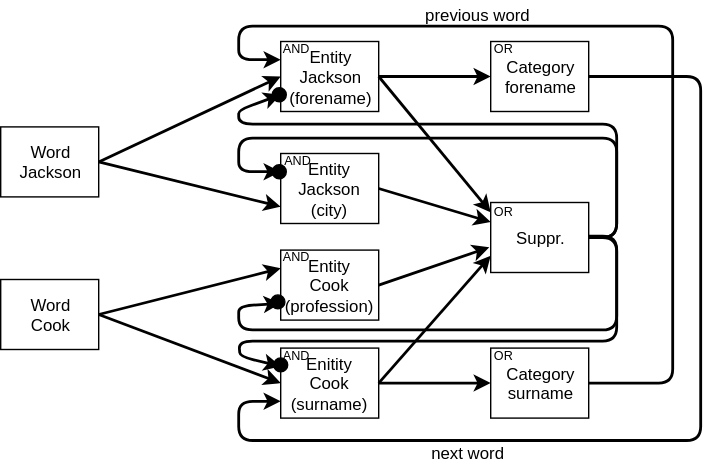
Before: src/site/images/example-diagram.svg, a diagram exported from draw.io (wu0o0yu/aika). Source tidied: cells renumbered, new cells last; positions are measured from the earlier drawing's top-left corner, leaving out a move shared by most shapes.
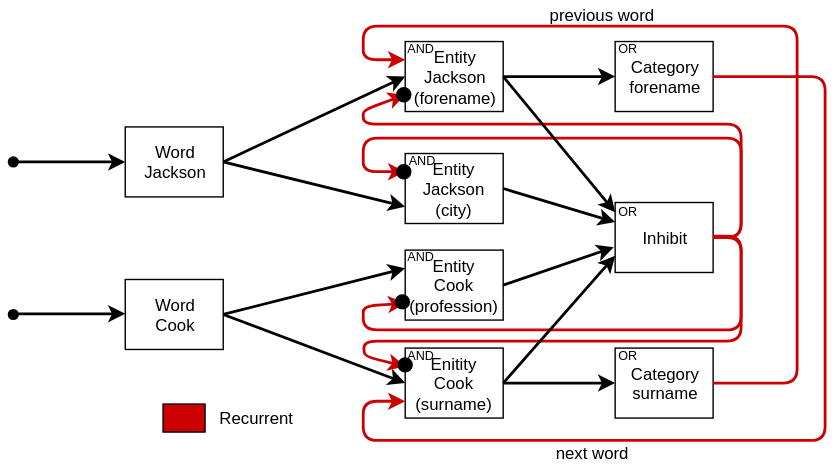
Above is the later version.

The edit, as a diff of the source:
```diff
@@ -8,42 +8,42 @@
     <mxCell id="3" value="Entity&lt;div&gt;Jackson (city)&lt;/div&gt;" style="whiteSpace=wrap;html=1;" parent="1" vertex="1">
       <mxGeometry x="200" y="109" width="70" height="50" as="geometry" />
     </mxCell>
-    <mxCell id="4" value="Suppr." style="whiteSpace=wrap;html=1;" parent="1" vertex="1">
-      <mxGeometry x="350" y="144" width="70" height="50" as="geometry" />
-    </mxCell>
+    <mxCell id="40" value="Inhibit" style="whiteSpace=wrap;html=1;" parent="1" vertex="1">
+      <mxGeometry x="350" y="144" width="70" height="50" as="geometry" />
+    </mxCell>
     <mxCell id="5" style="endArrow=classic;html=1;strokeWidth=2;entryX=0;entryY=0.5;exitX=1;exitY=0.5;" parent="1" edge="1" source="12" target="2">
       <mxGeometry x="200" y="204" as="geometry" />
     </mxCell>
-    <mxCell id="6" style="endArrow=classic;html=1;strokeWidth=2;entryX=0;entryY=0.75;exitX=1;exitY=0.5;" parent="1" edge="1" source="4" target="2">
-      <mxGeometry x="240" y="165" as="geometry">
-        <Array as="points">
-          <mxPoint x="440" y="169" />
-          <mxPoint x="440" y="88" />
-          <mxPoint x="170" y="88" />
-          <mxPoint x="170" y="78" />
-        </Array>
-      </mxGeometry>
-    </mxCell>
-    <mxCell id="7" style="endArrow=classic;html=1;strokeWidth=2;entryX=0;entryY=0.25;exitX=1;exitY=0.5;" parent="1" edge="1" source="4" target="3">
-      <mxGeometry x="250" y="175" as="geometry">
-        <Array as="points">
-          <mxPoint x="440" y="169" />
-          <mxPoint x="440" y="98" />
-          <mxPoint x="170" y="98" />
-          <mxPoint x="170" y="122" />
-        </Array>
-      </mxGeometry>
-    </mxCell>
-    <mxCell id="8" style="endArrow=classic;html=1;strokeWidth=2;exitX=1;exitY=0.5;" parent="1" edge="1" source="2">
-      <mxGeometry x="270" y="195" as="geometry">
-        <mxPoint x="350" y="151" as="targetPoint" />
-      </mxGeometry>
-    </mxCell>
-    <mxCell id="9" style="endArrow=classic;html=1;strokeWidth=2;exitX=1;exitY=0.5;" parent="1" edge="1" source="3">
-      <mxGeometry x="400" y="286" as="geometry">
-        <mxPoint x="350" y="158" as="targetPoint" />
-      </mxGeometry>
-    </mxCell>
+    <mxCell id="41" style="endArrow=classic;html=1;strokeWidth=2;entryX=0;entryY=0.75;exitX=1;exitY=0.5;strokeColor=#CC0000;" parent="1" edge="1" source="40" target="2">
+      <mxGeometry x="240" y="165" as="geometry">
+        <Array as="points">
+          <mxPoint x="440" y="169" />
+          <mxPoint x="440" y="88" />
+          <mxPoint x="170" y="88" />
+          <mxPoint x="170" y="78" />
+        </Array>
+      </mxGeometry>
+    </mxCell>
+    <mxCell id="42" style="endArrow=classic;html=1;strokeWidth=2;entryX=0;entryY=0.25;exitX=1;exitY=0.5;strokeColor=#CC0000;" parent="1" edge="1" source="40" target="3">
+      <mxGeometry x="250" y="175" as="geometry">
+        <Array as="points">
+          <mxPoint x="440" y="169" />
+          <mxPoint x="440" y="98" />
+          <mxPoint x="170" y="98" />
+          <mxPoint x="170" y="122" />
+        </Array>
+      </mxGeometry>
+    </mxCell>
+    <mxCell id="43" style="endArrow=classic;html=1;strokeWidth=2;exitX=1;exitY=0.5;" parent="1" edge="1" source="2">
+      <mxGeometry x="270" y="195" as="geometry">
+        <mxPoint x="350" y="151" as="targetPoint" />
+      </mxGeometry>
+    </mxCell>
+    <mxCell id="44" style="endArrow=classic;html=1;strokeWidth=2;exitX=1;exitY=0.5;" parent="1" edge="1" source="3">
+      <mxGeometry x="400" y="286" as="geometry">
+        <mxPoint x="350" y="158" as="targetPoint" />
+      </mxGeometry>
+    </mxCell>
     <mxCell id="10" style="ellipse;whiteSpace=wrap;html=1;fillColor=#000000;" parent="1" vertex="1">
       <mxGeometry x="194" y="117" width="10" height="10" as="geometry" />
     </mxCell>
@@ -80,40 +80,40 @@
     <mxCell id="21" style="endArrow=classic;html=1;strokeWidth=2;entryX=0;entryY=0.5;exitX=1;exitY=0.5;" parent="1" edge="1" source="13" target="18">
       <mxGeometry x="230" y="234" as="geometry" />
     </mxCell>
-    <mxCell id="22" style="endArrow=classic;html=1;strokeWidth=2;entryX=0;entryY=0.75;exitX=1;exitY=0.5;" parent="1" edge="1" source="4" target="17">
-      <mxGeometry x="250" y="312" as="geometry">
-        <Array as="points">
-          <mxPoint x="440" y="169" />
-          <mxPoint x="440" y="235" />
-          <mxPoint x="170" y="235" />
-          <mxPoint x="170" y="218" />
-        </Array>
-      </mxGeometry>
-    </mxCell>
+    <mxCell id="45" style="endArrow=classic;html=1;strokeWidth=2;entryX=0;entryY=0.75;exitX=1;exitY=0.5;fillColor=#CC0000;strokeColor=#CC0000;" parent="1" edge="1" source="40" target="17">
+      <mxGeometry x="250" y="312" as="geometry">
+        <Array as="points">
+          <mxPoint x="440" y="169" />
+          <mxPoint x="440" y="235" />
+          <mxPoint x="170" y="235" />
+          <mxPoint x="170" y="218" />
+        </Array>
+      </mxGeometry>
+    </mxCell>
     <mxCell id="23" style="ellipse;whiteSpace=wrap;html=1;fillColor=#000000;" parent="1" vertex="1">
       <mxGeometry x="193" y="210" width="10" height="10" as="geometry" />
     </mxCell>
-    <mxCell id="24" style="endArrow=classic;html=1;strokeWidth=2;entryX=0;entryY=0.25;" parent="1" edge="1" target="18">
-      <mxGeometry x="230" y="380" as="geometry">
-        <mxPoint x="420" y="168" as="sourcePoint" />
-        <Array as="points">
-          <mxPoint x="440" y="168" />
-          <mxPoint x="440" y="243" />
-          <mxPoint x="340" y="243" />
-          <mxPoint x="310" y="243" />
-          <mxPoint x="170" y="243" />
-          <mxPoint x="171" y="254" />
-        </Array>
-      </mxGeometry>
-    </mxCell>
-    <mxCell id="25" style="endArrow=classic;html=1;strokeWidth=2;exitX=1;exitY=0.5;" parent="1" edge="1" source="17">
-      <mxGeometry x="410" y="296" as="geometry">
-        <mxPoint x="349" y="176" as="targetPoint" />
-      </mxGeometry>
-    </mxCell>
-    <mxCell id="26" style="endArrow=classic;html=1;strokeWidth=2;exitX=1;exitY=0.5;entryX=0;entryY=0.75;" parent="1" edge="1" source="18" target="4">
-      <mxGeometry x="420" y="306" as="geometry" />
-    </mxCell>
+    <mxCell id="46" style="endArrow=classic;html=1;strokeWidth=2;entryX=0;entryY=0.25;strokeColor=#CC0000;" parent="1" edge="1" target="18">
+      <mxGeometry x="230" y="380" as="geometry">
+        <mxPoint x="420" y="168" as="sourcePoint" />
+        <Array as="points">
+          <mxPoint x="440" y="168" />
+          <mxPoint x="440" y="243" />
+          <mxPoint x="340" y="243" />
+          <mxPoint x="310" y="243" />
+          <mxPoint x="170" y="243" />
+          <mxPoint x="171" y="254" />
+        </Array>
+      </mxGeometry>
+    </mxCell>
+    <mxCell id="47" style="endArrow=classic;html=1;strokeWidth=2;exitX=1;exitY=0.5;" parent="1" edge="1" source="17">
+      <mxGeometry x="410" y="296" as="geometry">
+        <mxPoint x="349" y="176" as="targetPoint" />
+      </mxGeometry>
+    </mxCell>
+    <mxCell id="48" style="endArrow=classic;html=1;strokeWidth=2;exitX=1;exitY=0.5;entryX=0;entryY=0.75;" parent="1" edge="1" source="18" target="40">
+      <mxGeometry x="420" y="306" as="geometry" />
+    </mxCell>
     <mxCell id="27" value="Category&lt;div&gt;forename&lt;/div&gt;" style="whiteSpace=wrap;html=1;" parent="1" vertex="1">
       <mxGeometry x="350" y="29" width="70" height="50" as="geometry" />
     </mxCell>
@@ -123,29 +123,29 @@
     <mxCell id="29" style="ellipse;whiteSpace=wrap;html=1;fillColor=#000000;" parent="1" vertex="1">
       <mxGeometry x="195" y="255" width="10" height="10" as="geometry" />
     </mxCell>
-    <mxCell id="30" style="endArrow=classic;html=1;strokeWidth=2;entryX=0;entryY=0.5;" parent="1" edge="1" target="28">
-      <mxGeometry x="430" y="316" as="geometry">
-        <mxPoint x="270" y="273" as="sourcePoint" />
-      </mxGeometry>
-    </mxCell>
-    <mxCell id="31" style="endArrow=classic;html=1;strokeWidth=2;entryX=0;entryY=0.5;" parent="1" edge="1">
-      <mxGeometry x="430" y="97" as="geometry">
-        <mxPoint x="270" y="54" as="sourcePoint" />
-        <mxPoint x="350" y="54" as="targetPoint" />
-      </mxGeometry>
-    </mxCell>
-    <mxCell id="32" style="endArrow=classic;html=1;strokeWidth=2;entryX=0;entryY=0.25;exitX=1;exitY=0.5;" parent="1" edge="1" source="28">
-      <mxGeometry x="250" y="95" as="geometry">
-        <mxPoint x="200" y="42" as="targetPoint" />
-        <Array as="points">
-          <mxPoint x="480" y="273" />
-          <mxPoint x="480" y="18" />
-          <mxPoint x="170" y="18" />
-          <mxPoint x="170" y="42" />
-        </Array>
-      </mxGeometry>
-    </mxCell>
+    <mxCell id="49" style="endArrow=classic;html=1;strokeWidth=2;entryX=0;entryY=0.5;" parent="1" edge="1" target="28">
+      <mxGeometry x="430" y="316" as="geometry">
+        <mxPoint x="270" y="273" as="sourcePoint" />
+      </mxGeometry>
+    </mxCell>
+    <mxCell id="50" style="endArrow=classic;html=1;strokeWidth=2;entryX=0;entryY=0.5;" parent="1" edge="1">
+      <mxGeometry x="430" y="97" as="geometry">
+        <mxPoint x="270" y="54" as="sourcePoint" />
+        <mxPoint x="350" y="54" as="targetPoint" />
+      </mxGeometry>
+    </mxCell>
+    <mxCell id="51" style="endArrow=classic;html=1;strokeWidth=2;entryX=0;entryY=0.25;exitX=1;exitY=0.5;strokeColor=#CC0000;" parent="1" edge="1" source="28">
+      <mxGeometry x="250" y="95" as="geometry">
+        <mxPoint x="200" y="42" as="targetPoint" />
+        <Array as="points">
+          <mxPoint x="480" y="273" />
+          <mxPoint x="480" y="18" />
+          <mxPoint x="170" y="18" />
+          <mxPoint x="170" y="42" />
+        </Array>
+      </mxGeometry>
+    </mxCell>
-    <mxCell id="33" style="endArrow=classic;html=1;strokeWidth=2;entryX=0;entryY=0.75;exitX=1;exitY=0.5;" parent="1" edge="1" source="27" target="18">
+    <mxCell id="33" style="endArrow=classic;html=1;strokeWidth=2;entryX=0;entryY=0.75;exitX=1;exitY=0.5;strokeColor=#CC0000;" parent="1" edge="1" source="27" target="18">
       <mxGeometry x="250" y="391" as="geometry">
         <Array as="points">
           <mxPoint x="500" y="54" />
@@ -173,5 +173,22 @@
     <mxCell id="39" value="&lt;font color=&quot;#000000&quot; style=&quot;font-size: 9px&quot;&gt;AND&lt;/font&gt;" style="text;html=1;strokeColor=none;fillColor=none;align=center;verticalAlign=middle;whiteSpace=wrap;overflow=hidden;fontColor=#B3B3B3;" parent="1" vertex="1">
       <mxGeometry x="195" y="242" width="30" height="20" as="geometry" />
     </mxCell>
+    <mxCell id="52" style="rounded=0;whiteSpace=wrap;html=1;fillColor=#CC0000;" parent="1" vertex="1">
+      <mxGeometry x="27" y="288" width="30" height="20" as="geometry" />
+    </mxCell>
+    <mxCell id="53" value="Recurrent" style="text;html=1;strokeColor=none;fillColor=none;align=center;verticalAlign=middle;whiteSpace=wrap;rounded=0;" parent="1" vertex="1">
+      <mxGeometry x="73" y="288" width="40" height="20" as="geometry" />
+    </mxCell>
+    <mxCell id="54" style="endArrow=classic;html=1;strokeWidth=2;entryX=0;entryY=0.5;startArrow=oval;startFill=1;" parent="1" edge="1" target="12">
+      <mxGeometry x="210" y="214" as="geometry">
+        <mxPoint x="-80" y="115" as="sourcePoint" />
+      </mxGeometry>
+    </mxCell>
+    <mxCell id="55" style="endArrow=classic;html=1;strokeWidth=2;entryX=0;entryY=0.5;startArrow=oval;startFill=1;" parent="1" edge="1">
+      <mxGeometry x="210" y="322.5" as="geometry">
+        <mxPoint x="-80" y="223.5" as="sourcePoint" />
+        <mxPoint y="223.5" as="targetPoint" />
+      </mxGeometry>
+    </mxCell>
   </root>
 </mxGraphModel>
```
